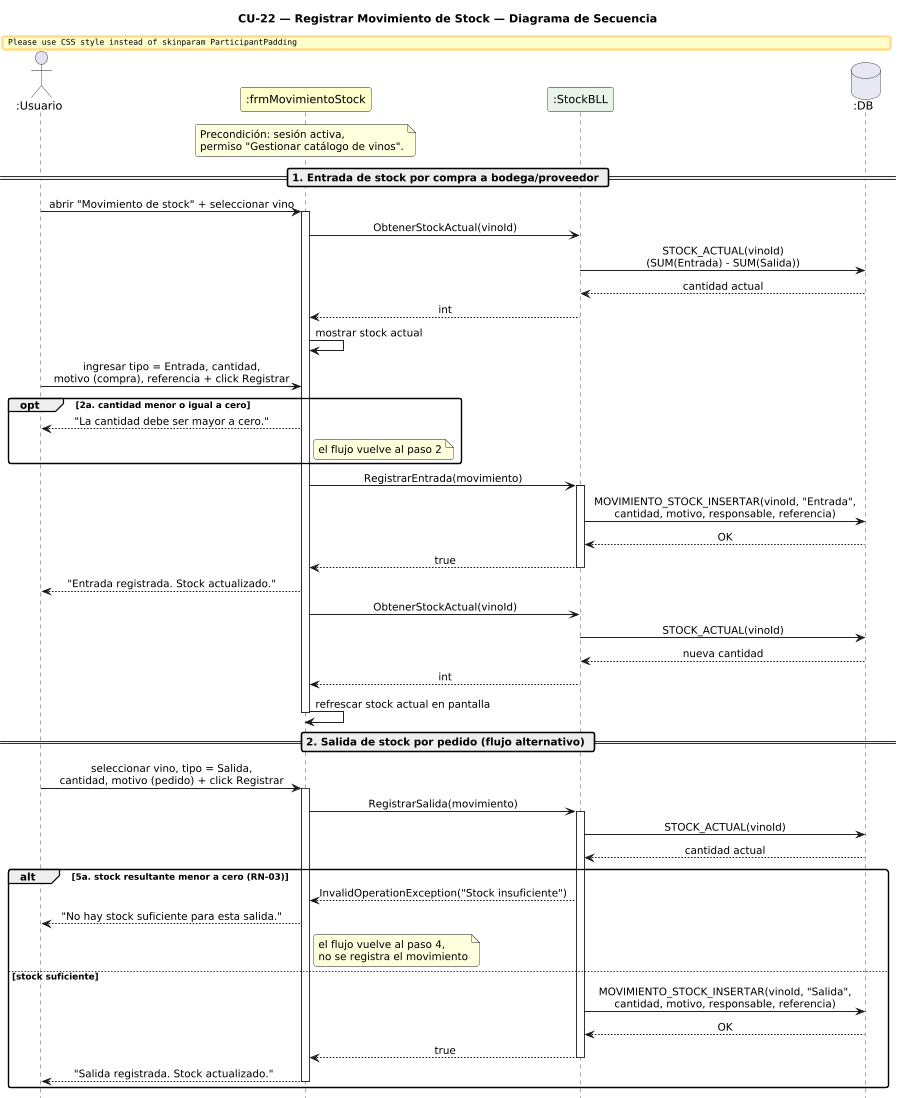
Jesifu/club-de-vinos-td keeps this PlantUML diagram as DIAGRAMAS/DiagramaSecuencia_CU23_RegistrarMovimientoStock.png. Above is the earlier version. Its source is kept beside it as DIAGRAMAS/DiagramaSecuencia_CU23_RegistrarMovimientoStock.puml.
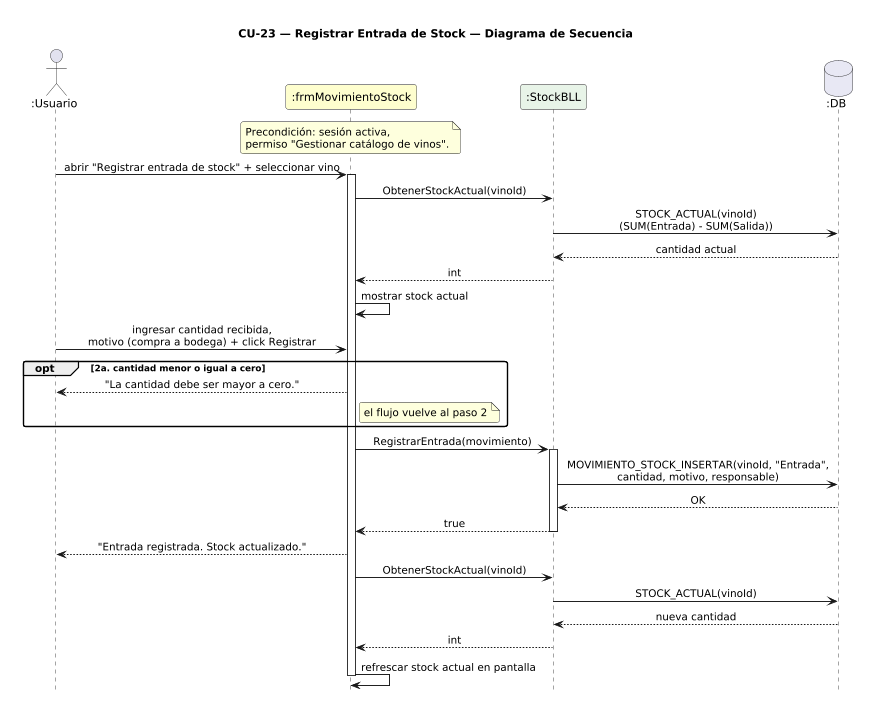
The same file after the commit.

Commit message:
docs: split stock movement into Entrada and Ajuste de Inventario CUs

Change to the diagram source:
```diff
@@ -1,11 +1,10 @@
 @startuml DiagramaSecuencia_CU23_RegistrarMovimientoStock
 
-title CU-23 — Registrar Movimiento de Stock — Diagrama de Secuencia
+title CU-23 — Registrar Entrada de Stock — Diagrama de Secuencia
 
 skinparam shadowing false
 skinparam roundcorner 6
 skinparam sequenceArrowThickness 1.2
-skinparam ParticipantPadding 14
 skinparam sequenceMessageAlign center
 hide footbox
 scale 0.8
@@ -20,9 +19,7 @@
   permiso "Gestionar catálogo de vinos".
 end note
 
-== 1. Entrada de stock por compra a bodega/proveedor ==
-
-U -> FM : abrir "Movimiento de stock" + seleccionar vino
+U -> FM : abrir "Registrar entrada de stock" + seleccionar vino
 activate FM
 FM -> SB : ObtenerStockActual(vinoId)
 SB -> DB : STOCK_ACTUAL(vinoId)\n(SUM(Entrada) - SUM(Salida))
@@ -30,7 +27,7 @@
 SB --> FM : int
 FM -> FM : mostrar stock actual
 
-U -> FM : ingresar tipo = Entrada, cantidad,\nmotivo (compra), referencia + click Registrar
+U -> FM : ingresar cantidad recibida,\nmotivo (compra a bodega) + click Registrar
 
 opt 2a. cantidad menor o igual a cero
   FM --> U : "La cantidad debe ser mayor a cero."
@@ -39,7 +36,7 @@
 
 FM -> SB : RegistrarEntrada(movimiento)
 activate SB
-SB -> DB : MOVIMIENTO_STOCK_INSERTAR(vinoId, "Entrada",\ncantidad, motivo, responsable, referencia)
+SB -> DB : MOVIMIENTO_STOCK_INSERTAR(vinoId, "Entrada",\ncantidad, motivo, responsable)
 DB --> SB : OK
 SB --> FM : true
 deactivate SB
@@ -51,26 +48,4 @@
 FM -> FM : refrescar stock actual en pantalla
 deactivate FM
 
-== 2. Salida de stock por pedido (flujo alternativo) ==
-
-U -> FM : seleccionar vino, tipo = Salida,\ncantidad, motivo (pedido) + click Registrar
-activate FM
-FM -> SB : RegistrarSalida(movimiento)
-activate SB
-SB -> DB : STOCK_ACTUAL(vinoId)
-DB --> SB : cantidad actual
-
-alt 5a. stock resultante menor a cero (RN-03)
-  SB --> FM : InvalidOperationException("Stock insuficiente")
-  FM --> U : "No hay stock suficiente para esta salida."
-  note right of FM : el flujo vuelve al paso 4,\nno se registra el movimiento
-else stock suficiente
-  SB -> DB : MOVIMIENTO_STOCK_INSERTAR(vinoId, "Salida",\ncantidad, motivo, responsable, referencia)
-  DB --> SB : OK
-  SB --> FM : true
-  deactivate SB
-  FM --> U : "Salida registrada. Stock actualizado."
-  deactivate FM
-end
-
 @enduml
```
